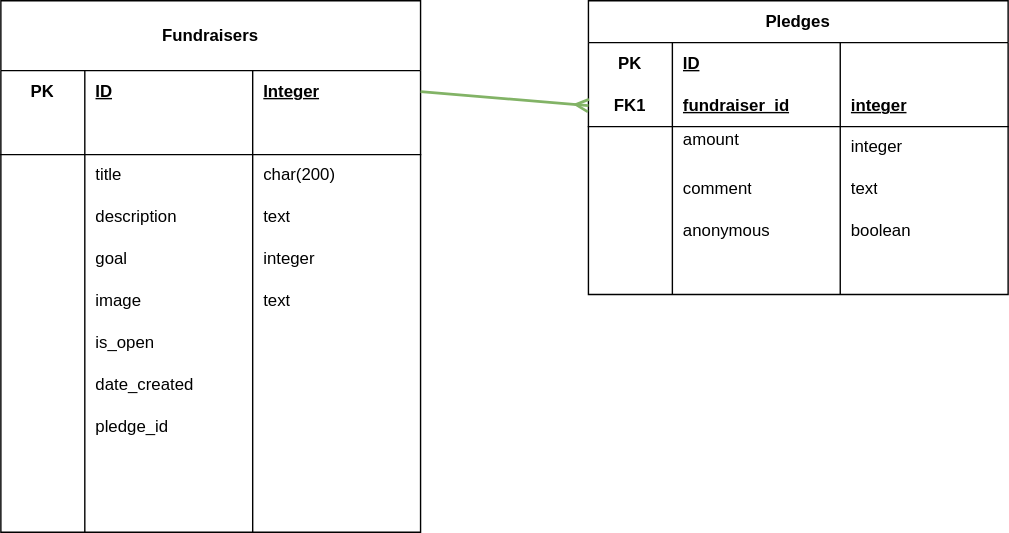
The draw.io diagram database.drawio.svg in jincode123/crowdfunding_backend, before a commit. Source tidied: cells renumbered, new cells last; positions are measured from the earlier drawing's top-left corner, leaving out a move shared by most shapes.
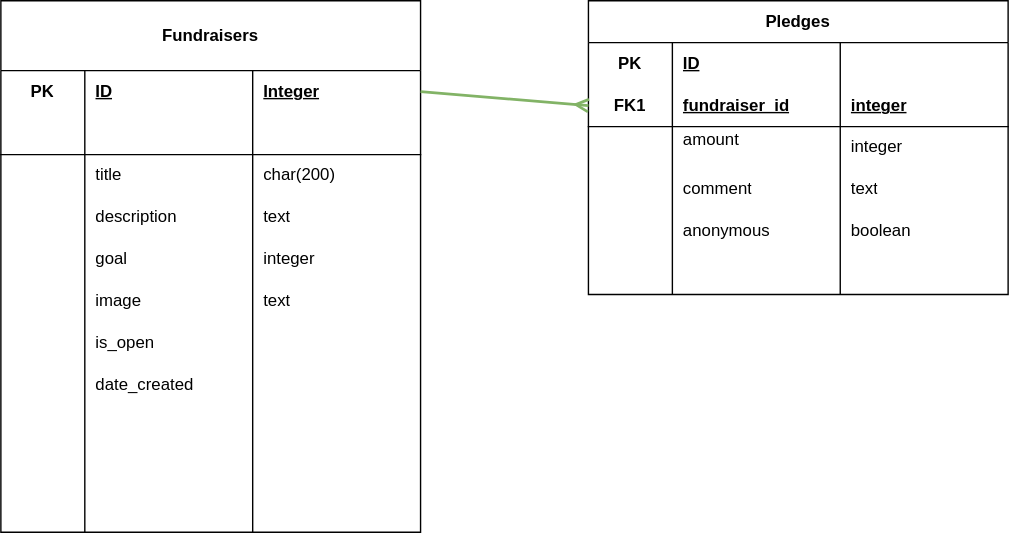
Above is the later version.

Change to the diagram source:
```diff
@@ -107,7 +107,7 @@
     <mxCell id="36" style="shape=partialRectangle;fillColor=none;top=0;left=0;bottom=0;right=0;overflow=hidden;html=1;whiteSpace=wrap;" parent="35" vertex="1">
       <mxGeometry width="60" height="30" as="geometry" />
     </mxCell>
-    <mxCell id="37" value="pledge_id" style="shape=partialRectangle;fillColor=none;top=0;left=0;bottom=0;right=0;align=left;spacingLeft=6;overflow=hidden;html=1;whiteSpace=wrap;" parent="35" vertex="1">
+    <mxCell id="37" style="shape=partialRectangle;fillColor=none;top=0;left=0;bottom=0;right=0;align=left;spacingLeft=6;overflow=hidden;html=1;whiteSpace=wrap;" parent="35" vertex="1">
       <mxGeometry x="60" width="120" height="30" as="geometry" />
     </mxCell>
     <mxCell id="38" style="shape=partialRectangle;fillColor=none;top=0;left=0;bottom=0;right=0;align=left;spacingLeft=6;overflow=hidden;html=1;whiteSpace=wrap;" parent="35" vertex="1">
```
